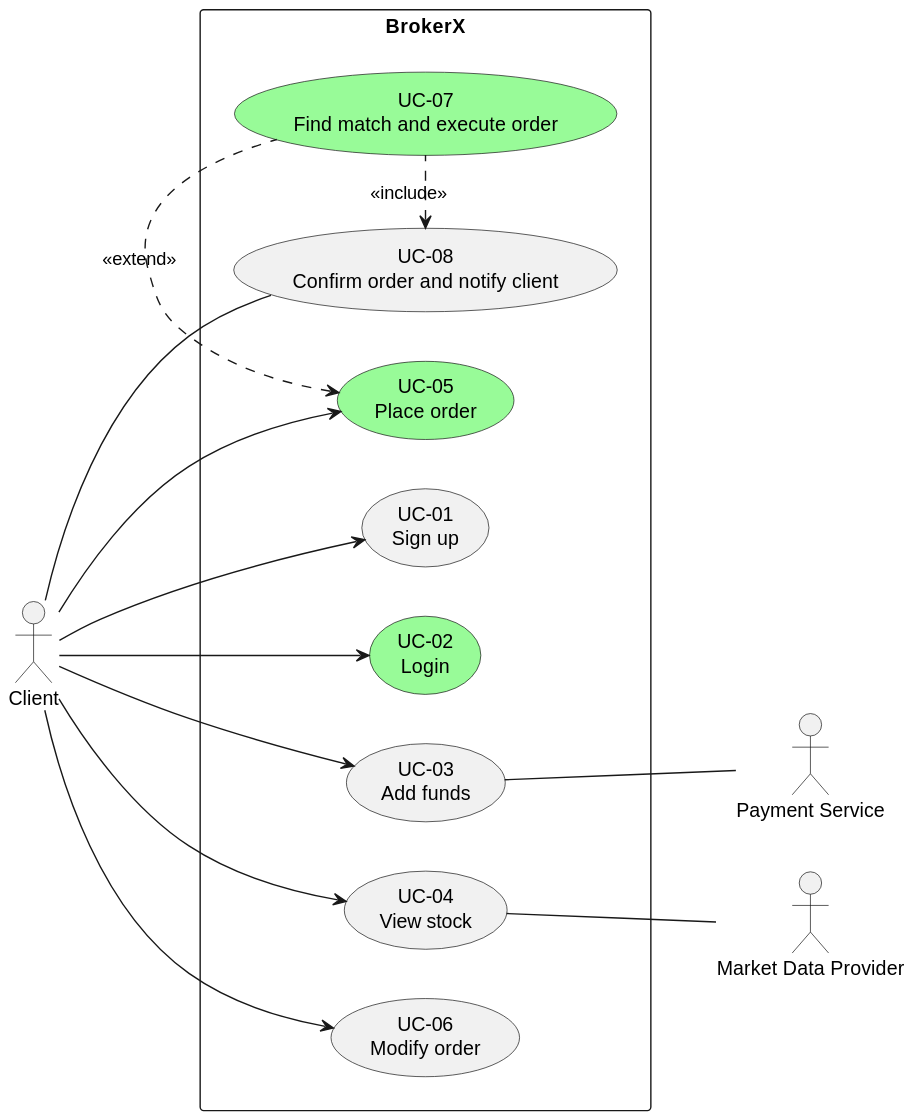
The PlantUML diagram docs/use_cases/all_use_cases.svg in cjayneb/log430-project, before a commit.
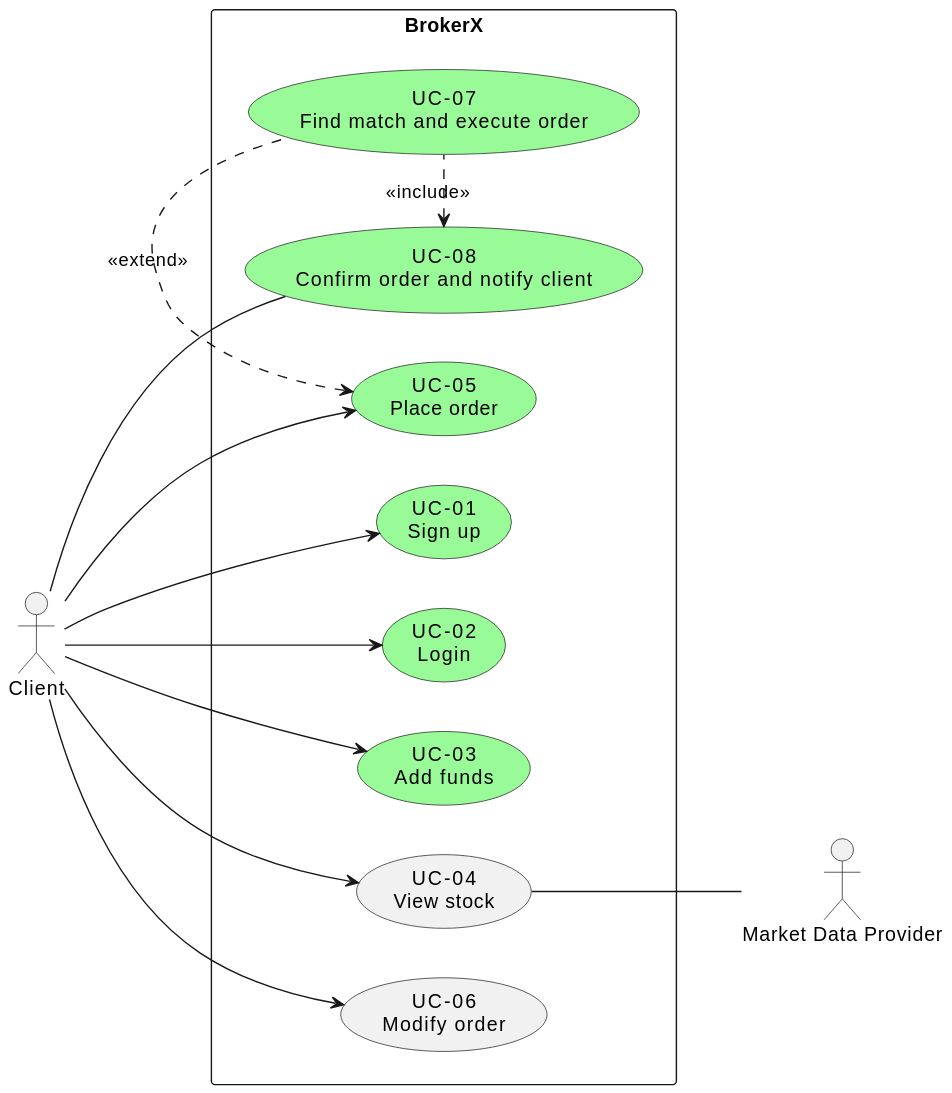
The same diagram one commit later.

Change to the diagram source:
```diff
@@ -5,21 +5,20 @@
 
 rectangle BrokerX {
     together {
-        usecase "UC-01\nSign up" as UC01
+        usecase "UC-01\nSign up" as UC01 #palegreen
         usecase "UC-02\nLogin" as UC02 #palegreen
-        usecase "UC-03\nAdd funds" as UC03
+        usecase "UC-03\nAdd funds" as UC03 #palegreen
         usecase "UC-04\nView stock" as UC04
         usecase "UC-06\nModify order" as UC06
     }
 
     together {
-        usecase "UC-08\nConfirm order and notify client" as UC08
+        usecase "UC-08\nConfirm order and notify client" as UC08 #palegreen
         usecase "UC-05\nPlace order" as UC05 #palegreen
         usecase "UC-07\nFind match and execute order" as UC07 #palegreen
     }
 }
 
-actor "Payment Service" as PS
 actor "Market Data Provider" as MDP
 
 C --> UC01
@@ -29,7 +28,6 @@
 C --> UC05
 C --> UC06
 
-UC03 -- PS
 UC04 -- MDP
 
 UC08 -- C
```
